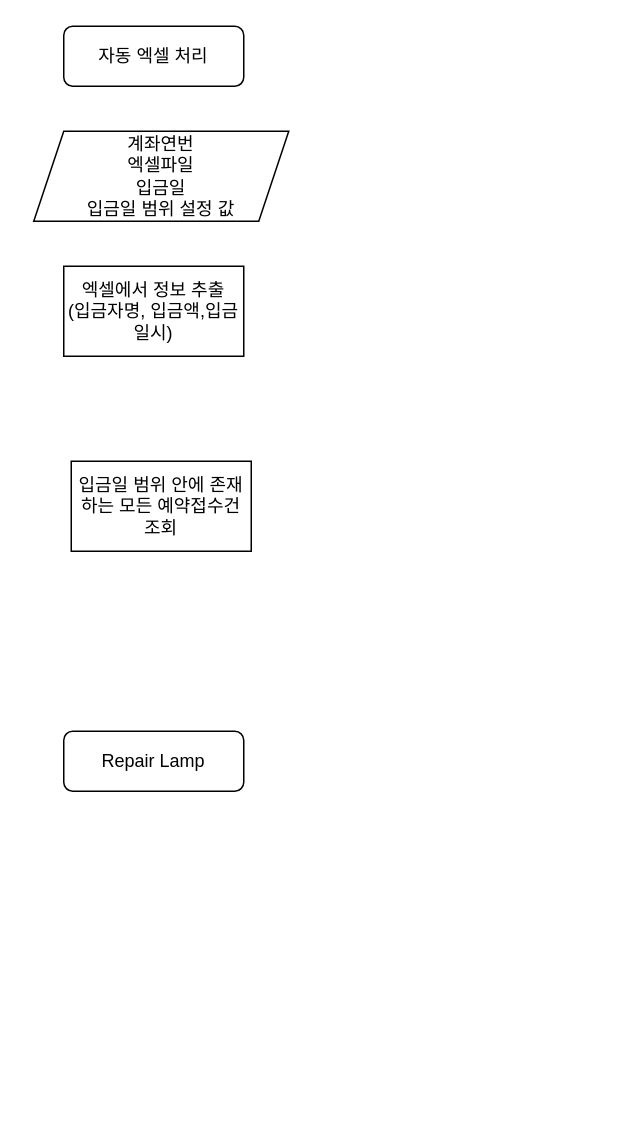
Before: AutoInsertAmt.drawio in nsnnsn12/TestProject, a draw.io diagram. Source tidied: cells renumbered, new cells numbered last; positions are measured from the earlier drawing's top-left corner, leaving out a move shared by most shapes. Both pictures are drawn from the tidied source at 150%, with x=0, y=0 at pixel (33, 26).
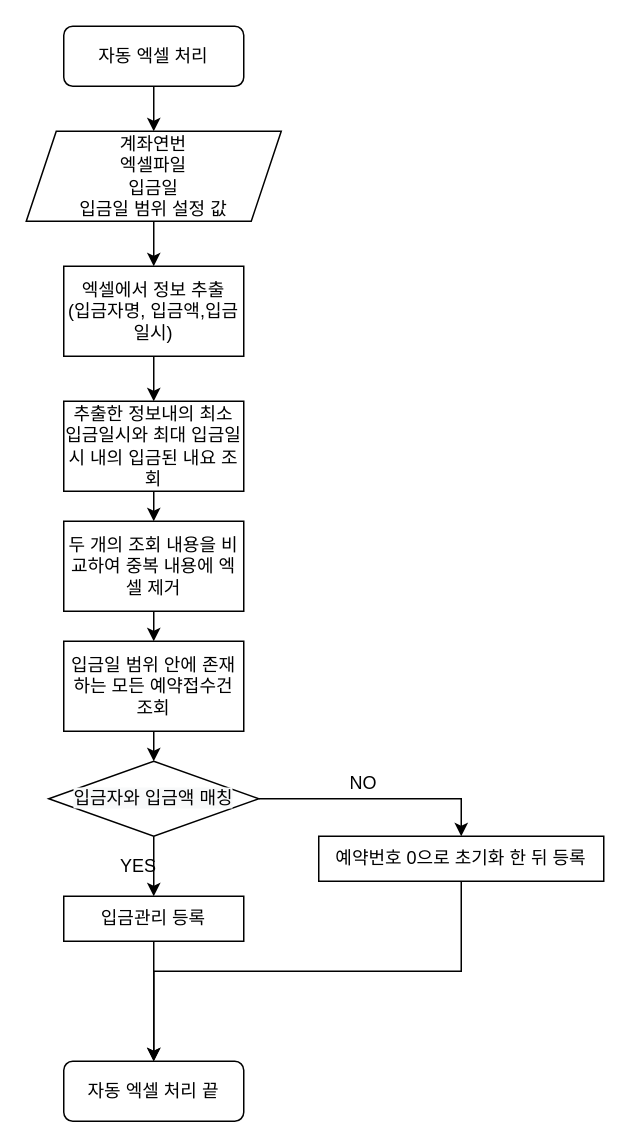
Above is the later version.

Unchanged cells that the change refers to:
```xml
<mxCell id="2" value="자동 엑셀 처리" style="rounded=1;whiteSpace=wrap;html=1;fontSize=12;glass=0;strokeWidth=1;shadow=0;" parent="1" vertex="1">
  <mxGeometry x="20" width="120" height="40" as="geometry" />
</mxCell>
<mxCell id="4" value="엑셀에서 정보 추출&lt;br&gt;(입금자명, 입금액,입금일시)" style="rounded=0;whiteSpace=wrap;html=1;" parent="1" vertex="1">
  <mxGeometry x="20" y="160" width="120" height="60" as="geometry" />
</mxCell>
```

What changed in the source:
```diff
@@
+    <mxCell id="7" style="edgeStyle=orthogonalEdgeStyle;rounded=0;jettySize=auto;html=1;exitX=0.5;exitY=1;exitDx=0;exitDy=0;" parent="1" edge="1" source="2" target="5">
+      <mxGeometry relative="1" as="geometry" />
+    </mxCell>
@@
-    <mxCell id="3" value="Repair Lamp" style="rounded=1;whiteSpace=wrap;html=1;fontSize=12;glass=0;strokeWidth=1;shadow=0;" parent="1" vertex="1">
-      <mxGeometry x="20" y="470" width="120" height="40" as="geometry" />
+    <mxCell id="3" value="자동 엑셀 처리 끝" style="rounded=1;whiteSpace=wrap;html=1;fontSize=12;glass=0;strokeWidth=1;shadow=0;" parent="1" vertex="1">
+      <mxGeometry x="20" y="690" width="120" height="40" as="geometry" />
     </mxCell>
+    <mxCell id="8" style="edgeStyle=orthogonalEdgeStyle;rounded=0;jettySize=auto;html=1;exitX=0.5;exitY=1;exitDx=0;exitDy=0;entryX=0.5;entryY=0;entryDx=0;entryDy=0;" parent="1" edge="1" source="4" target="14">
+      <mxGeometry relative="1" as="geometry" />
+    </mxCell>
@@
+    <mxCell id="9" style="edgeStyle=orthogonalEdgeStyle;rounded=0;jettySize=auto;html=1;exitX=0.5;exitY=1;exitDx=0;exitDy=0;" parent="1" edge="1" source="5" target="4">
+      <mxGeometry relative="1" as="geometry" />
+    </mxCell>
     <mxCell id="5" value="계좌연번&lt;br&gt;엑셀파일&lt;br&gt;입금일&lt;br&gt;입금일 범위 설정 값" style="shape=parallelogram;perimeter=parallelogramPerimeter;whiteSpace=wrap;html=1;fixedSize=1;" parent="1" vertex="1">
-      <mxGeometry y="70" width="170" height="60" as="geometry" />
+      <mxGeometry x="-5" y="70" width="170" height="60" as="geometry" />
     </mxCell>
+    <mxCell id="10" style="edgeStyle=orthogonalEdgeStyle;rounded=0;jettySize=auto;html=1;exitX=0.5;exitY=1;exitDx=0;exitDy=0;entryX=0.5;entryY=0;entryDx=0;entryDy=0;" parent="1" edge="1" source="6">
+      <mxGeometry relative="1" as="geometry">
+        <mxPoint x="80" y="490" as="targetPoint" />
+      </mxGeometry>
+    </mxCell>
     <mxCell id="6" value="입금일 범위 안에 존재하는 모든 예약접수건 조회" style="rounded=0;whiteSpace=wrap;html=1;" parent="1" vertex="1">
-      <mxGeometry x="25" y="290" width="120" height="60" as="geometry" />
+      <mxGeometry x="20" y="410" width="120" height="60" as="geometry" />
     </mxCell>
+    <mxCell id="11" style="edgeStyle=orthogonalEdgeStyle;rounded=0;jettySize=auto;html=1;exitX=0.5;exitY=1;exitDx=0;exitDy=0;entryX=0.5;entryY=0;entryDx=0;entryDy=0;" parent="1" edge="1" source="12" target="6">
+      <mxGeometry relative="1" as="geometry" />
+    </mxCell>
+    <mxCell id="12" value="두 개의 조회 내용을 비교하여 중복 내용에 엑셀 제거" style="rounded=0;whiteSpace=wrap;html=1;" parent="1" vertex="1">
+      <mxGeometry x="20" y="330" width="120" height="60" as="geometry" />
+    </mxCell>
+    <mxCell id="13" style="edgeStyle=orthogonalEdgeStyle;rounded=0;jettySize=auto;html=1;exitX=0.5;exitY=1;exitDx=0;exitDy=0;entryX=0.5;entryY=0;entryDx=0;entryDy=0;" parent="1" edge="1" source="14" target="12">
+      <mxGeometry relative="1" as="geometry" />
+    </mxCell>
+    <mxCell id="14" value="추출한 정보내의 최소 입금일시와 최대 입금일시 내의 입금된 내요 조회" style="rounded=0;whiteSpace=wrap;html=1;" parent="1" vertex="1">
+      <mxGeometry x="20" y="250" width="120" height="60" as="geometry" />
+    </mxCell>
+    <mxCell id="15" style="edgeStyle=orthogonalEdgeStyle;rounded=0;jettySize=auto;html=1;exitX=0.5;exitY=1;exitDx=0;exitDy=0;" parent="1" edge="1" source="17" target="19">
+      <mxGeometry relative="1" as="geometry" />
+    </mxCell>
+    <mxCell id="16" style="edgeStyle=orthogonalEdgeStyle;rounded=0;jettySize=auto;html=1;exitX=1;exitY=0.5;exitDx=0;exitDy=0;entryX=0.5;entryY=0;entryDx=0;entryDy=0;" parent="1" edge="1" source="17" target="22">
+      <mxGeometry relative="1" as="geometry" />
+    </mxCell>
+    <mxCell id="17" value="&#10;&#10;&lt;span style=&quot;color: rgb(0, 0, 0); font-family: helvetica; font-size: 12px; font-style: normal; font-weight: 400; letter-spacing: normal; text-align: center; text-indent: 0px; text-transform: none; word-spacing: 0px; background-color: rgb(248, 249, 250); display: inline; float: none;&quot;&gt;입금자와 입금액 매칭&lt;/span&gt;&#10;&#10;" style="rhombus;whiteSpace=wrap;html=1;" parent="1" vertex="1">
+      <mxGeometry x="10" y="490" width="140" height="50" as="geometry" />
+    </mxCell>
+    <mxCell id="18" style="edgeStyle=orthogonalEdgeStyle;rounded=0;jettySize=auto;html=1;exitX=0.5;exitY=1;exitDx=0;exitDy=0;" parent="1" edge="1" source="19" target="3">
+      <mxGeometry relative="1" as="geometry" />
+    </mxCell>
+    <mxCell id="19" value="입금관리 등록" style="rounded=0;whiteSpace=wrap;html=1;" parent="1" vertex="1">
+      <mxGeometry x="20" y="580" width="120" height="30" as="geometry" />
+    </mxCell>
+    <mxCell id="20" value="YES" style="text;html=1;strokeColor=none;fillColor=none;align=center;verticalAlign=middle;whiteSpace=wrap;rounded=0;" parent="1" vertex="1">
+      <mxGeometry x="50" y="550" width="40" height="20" as="geometry" />
+    </mxCell>
+    <mxCell id="21" style="edgeStyle=orthogonalEdgeStyle;rounded=0;jettySize=auto;html=1;exitX=0.5;exitY=1;exitDx=0;exitDy=0;" parent="1" edge="1" source="22" target="3">
+      <mxGeometry relative="1" as="geometry" />
+    </mxCell>
+    <mxCell id="22" value="예약번호 0으로 초기화 한 뒤 등록" style="rounded=0;whiteSpace=wrap;html=1;" parent="1" vertex="1">
+      <mxGeometry x="190" y="540" width="190" height="30" as="geometry" />
+    </mxCell>
+    <mxCell id="23" value="NO" style="text;html=1;strokeColor=none;fillColor=none;align=center;verticalAlign=middle;whiteSpace=wrap;rounded=0;" parent="1" vertex="1">
+      <mxGeometry x="200" y="495" width="40" height="20" as="geometry" />
+    </mxCell>
```
